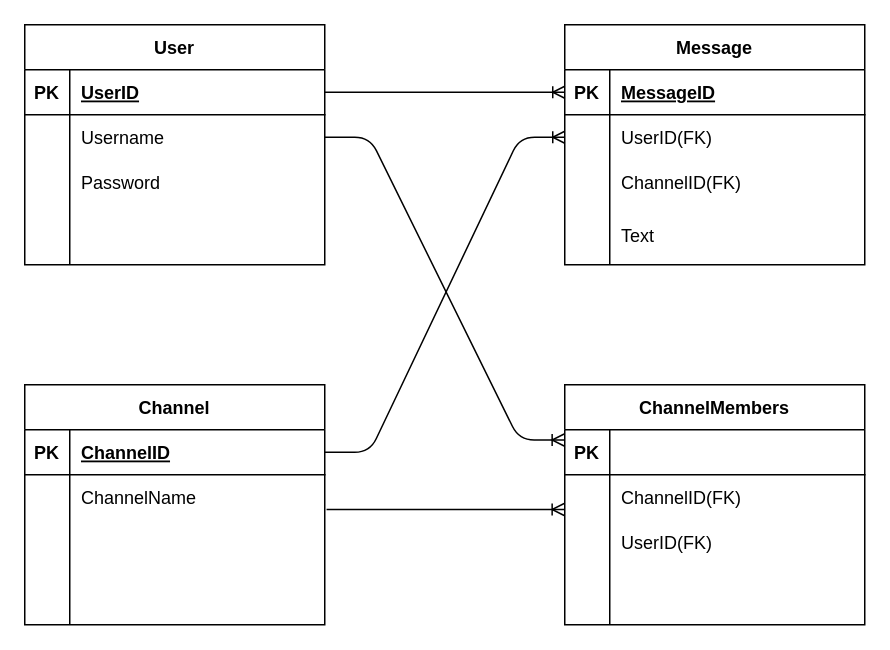
Earlier version of the draw.io diagram ER図.drawio (F-team-development/hackathon). Source tidied: cells renumbered, new cells numbered last; positions are measured from the earlier drawing's top-left corner, leaving out a move shared by most shapes. Both pictures are drawn from the tidied source at 150%, with x=0, y=0 at pixel (24, 24).
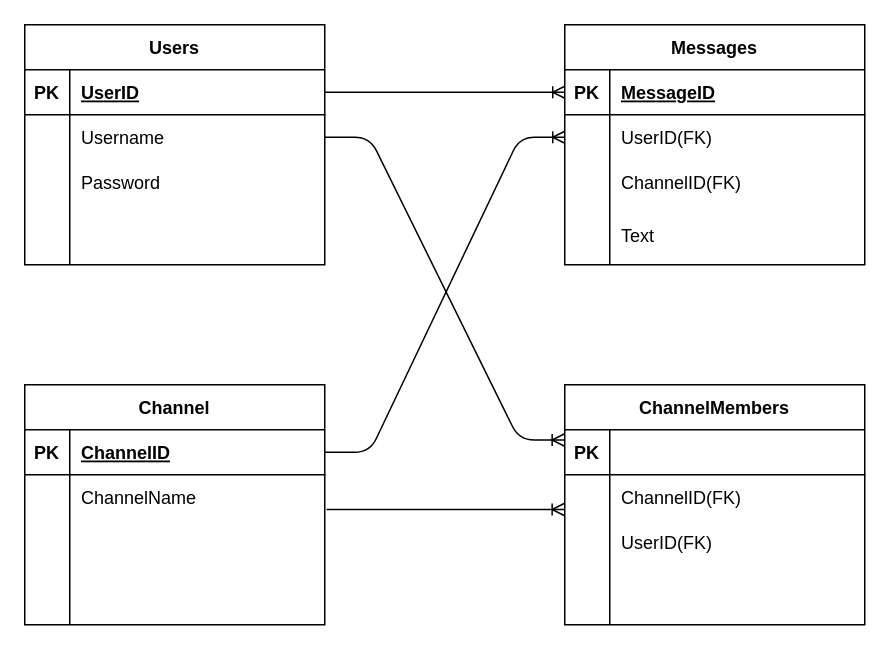
After the change.

The edit, as a diff of the source:
```diff
@@
-    <mxCell id="2" value="Message" style="shape=table;startSize=30;childLayout=tableLayout;rowLines=0;fontStyle=1;align=center;" parent="1" vertex="1">
+    <mxCell id="2" value="Messages" style="shape=table;startSize=30;childLayout=tableLayout;rowLines=0;fontStyle=1;align=center;" parent="1" vertex="1">
       <mxGeometry x="360" width="200" height="160" as="geometry" />
     </mxCell>
@@
-    <mxCell id="41" value="User" style="shape=table;startSize=30;childLayout=tableLayout;rowLines=0;fontStyle=1;align=center;" parent="1" vertex="1">
+    <mxCell id="41" value="Users" style="shape=table;startSize=30;childLayout=tableLayout;rowLines=0;fontStyle=1;align=center;" parent="1" vertex="1">
       <mxGeometry width="200" height="160" as="geometry" />
     </mxCell>
```
